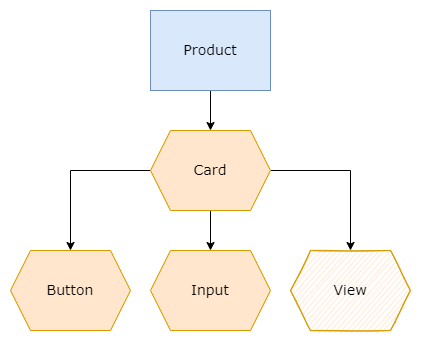
This is assets/components-final.png from quahfamili1/6m-software-2.5-uni-data-flow-, a draw.io export, as it was before one commit. Source tidied: cells renumbered, new cells last; positions are measured from the earlier drawing's top-left corner, leaving out a move shared by most shapes. Its diagram source:
```xml
<mxGraphModel>
  <root>
    <mxCell id="0" />
    <mxCell id="1" parent="0" />
    <mxCell id="2" style="edgeStyle=orthogonalEdgeStyle;rounded=0;jettySize=auto;html=1;fontFamily=Verdana;fontSize=14;" parent="1" edge="1" source="3" target="7">
      <mxGeometry relative="1" as="geometry" />
    </mxCell>
    <mxCell id="3" value="Product" style="whiteSpace=wrap;html=1;fillColor=#dae8fc;strokeColor=#6c8ebf;fontFamily=Verdana;fontSize=14;fontStyle=0;" parent="1" vertex="1">
      <mxGeometry x="140" width="120" height="80" as="geometry" />
    </mxCell>
    <mxCell id="4" style="edgeStyle=orthogonalEdgeStyle;rounded=0;jettySize=auto;html=1;fontFamily=Verdana;fontSize=14;" parent="1" edge="1" source="7" target="8">
      <mxGeometry relative="1" as="geometry" />
    </mxCell>
    <mxCell id="5" style="edgeStyle=orthogonalEdgeStyle;rounded=0;jettySize=auto;html=1;fontFamily=Verdana;fontSize=14;" parent="1" edge="1" source="7" target="9">
      <mxGeometry relative="1" as="geometry" />
    </mxCell>
    <mxCell id="6" style="edgeStyle=orthogonalEdgeStyle;rounded=0;jettySize=auto;html=1;fontFamily=Verdana;fontSize=14;" parent="1" edge="1" source="7" target="10">
      <mxGeometry relative="1" as="geometry" />
    </mxCell>
    <mxCell id="7" value="Card" style="shape=hexagon;perimeter=hexagonPerimeter2;whiteSpace=wrap;html=1;fixedSize=1;fontFamily=Verdana;fontSize=14;fillColor=#ffe6cc;strokeColor=#d79b00;" parent="1" vertex="1">
      <mxGeometry x="140" y="120" width="120" height="80" as="geometry" />
    </mxCell>
    <mxCell id="8" value="Button" style="shape=hexagon;perimeter=hexagonPerimeter2;whiteSpace=wrap;html=1;fixedSize=1;fontFamily=Verdana;fontSize=14;fillColor=#ffe6cc;strokeColor=#d79b00;" parent="1" vertex="1">
      <mxGeometry y="240" width="120" height="80" as="geometry" />
    </mxCell>
    <mxCell id="9" value="Input" style="shape=hexagon;perimeter=hexagonPerimeter2;whiteSpace=wrap;html=1;fixedSize=1;fontFamily=Verdana;fontSize=14;fillColor=#ffe6cc;strokeColor=#d79b00;" parent="1" vertex="1">
      <mxGeometry x="140" y="240" width="120" height="80" as="geometry" />
    </mxCell>
    <mxCell id="10" value="View" style="shape=hexagon;perimeter=hexagonPerimeter2;whiteSpace=wrap;html=1;fixedSize=1;fontFamily=Verdana;fontSize=14;fillColor=#ffe6cc;strokeColor=#d79b00;sketch=1;" parent="1" vertex="1">
      <mxGeometry x="280" y="240" width="120" height="80" as="geometry" />
    </mxCell>
  </root>
</mxGraphModel>
```
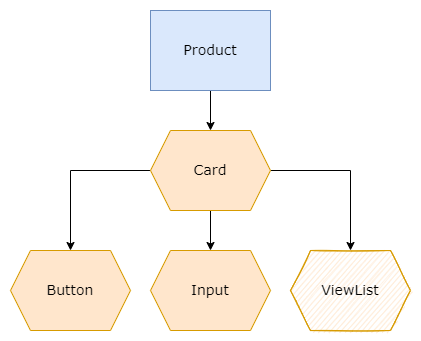
After the commit.

Diff of the diagram source:
```diff
@@ -26,7 +26,7 @@
     <mxCell id="9" value="Input" style="shape=hexagon;perimeter=hexagonPerimeter2;whiteSpace=wrap;html=1;fixedSize=1;fontFamily=Verdana;fontSize=14;fillColor=#ffe6cc;strokeColor=#d79b00;" parent="1" vertex="1">
       <mxGeometry x="140" y="240" width="120" height="80" as="geometry" />
     </mxCell>
-    <mxCell id="10" value="View" style="shape=hexagon;perimeter=hexagonPerimeter2;whiteSpace=wrap;html=1;fixedSize=1;fontFamily=Verdana;fontSize=14;fillColor=#ffe6cc;strokeColor=#d79b00;sketch=1;" parent="1" vertex="1">
+    <mxCell id="10" value="ViewList" style="shape=hexagon;perimeter=hexagonPerimeter2;whiteSpace=wrap;html=1;fixedSize=1;fontFamily=Verdana;fontSize=14;fillColor=#ffe6cc;strokeColor=#d79b00;sketch=1;" parent="1" vertex="1">
       <mxGeometry x="280" y="240" width="120" height="80" as="geometry" />
     </mxCell>
   </root>
```
